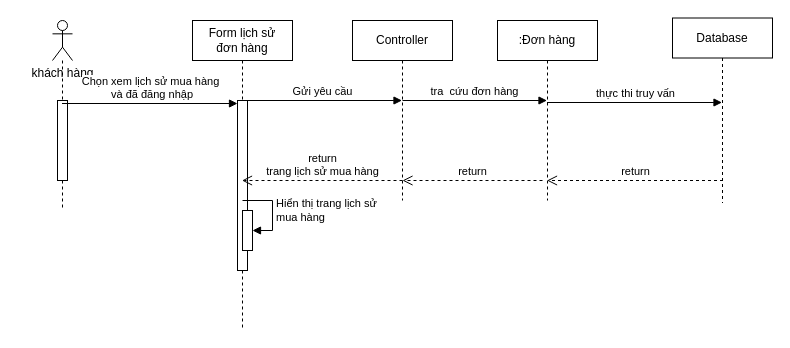
Before: User/Sequence/lichsumuahang.drawio in dmn-05/PTTK-HTTT, a draw.io diagram. Source tidied: cells renumbered, new cells numbered last; positions are measured from the earlier drawing's top-left corner, leaving out a move shared by most shapes. Both pictures are drawn from the tidied source at 100%, with x=0, y=0 at pixel (17, 18).
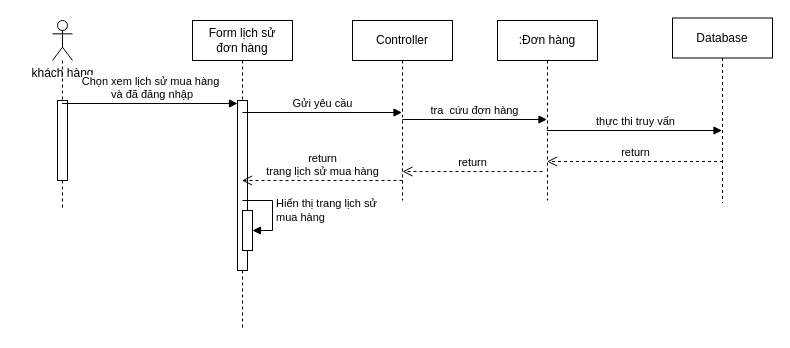
Above is the later version.

The change refers to these unchanged cells:
```xml
<mxCell id="4" value="Controller" style="shape=umlLifeline;perimeter=lifelinePerimeter;whiteSpace=wrap;html=1;outlineConnect=0;portConstraint=eastwest;newEdgeStyle={&quot;curved&quot;:0,&quot;rounded&quot;:0};" parent="1" vertex="1">
  <mxGeometry x="335" y="2" width="100" height="180" as="geometry" />
</mxCell>
<mxCell id="9" value="Database" style="shape=umlLifeline;perimeter=lifelinePerimeter;whiteSpace=wrap;html=1;outlineConnect=0;portConstraint=eastwest;newEdgeStyle={&quot;curved&quot;:0,&quot;rounded&quot;:0};" parent="1" vertex="1">
  <mxGeometry x="655" y="-0.5" width="100" height="185" as="geometry" />
</mxCell>
<mxCell id="11" value=":Đơn hàng" style="shape=umlLifeline;perimeter=lifelinePerimeter;whiteSpace=wrap;html=1;outlineConnect=0;portConstraint=eastwest;newEdgeStyle={&quot;curved&quot;:0,&quot;rounded&quot;:0};" parent="1" vertex="1">
  <mxGeometry x="480" y="2" width="100" height="180" as="geometry" />
</mxCell>
```

The edit, as a diff of the source:
```diff
@@
-    <mxCell id="13" value="Gửi yêu cầu" style="html=1;verticalAlign=bottom;endArrow=block;curved=0;rounded=0;" parent="1" edge="1" target="4">
+    <mxCell id="13" value="Gửi yêu cầu" style="html=1;verticalAlign=bottom;endArrow=block;curved=0;rounded=0;" parent="1" edge="1">
       <mxGeometry relative="1" as="geometry">
-        <mxPoint x="225" y="82" as="sourcePoint" />
+        <mxPoint x="225" y="94" as="sourcePoint" />
+        <mxPoint x="384.5" y="94" as="targetPoint" />
       </mxGeometry>
     </mxCell>
-    <mxCell id="14" value="tra&amp;nbsp; cứu đơn hàng" style="html=1;verticalAlign=bottom;endArrow=block;curved=0;rounded=0;" parent="1" edge="1" target="11">
+    <mxCell id="14" value="tra&amp;nbsp; cứu đơn hàng" style="html=1;verticalAlign=bottom;endArrow=block;curved=0;rounded=0;" parent="1" edge="1">
       <mxGeometry relative="1" as="geometry">
-        <mxPoint x="385" y="82" as="sourcePoint" />
+        <mxPoint x="385" y="101" as="sourcePoint" />
+        <mxPoint x="529.5" y="101" as="targetPoint" />
       </mxGeometry>
     </mxCell>
-    <mxCell id="15" value="thực thi truy vấn" style="html=1;verticalAlign=bottom;endArrow=block;curved=0;rounded=0;" parent="1" edge="1" target="9">
+    <mxCell id="15" value="thực thi truy vấn" style="html=1;verticalAlign=bottom;endArrow=block;curved=0;rounded=0;" parent="1" edge="1">
       <mxGeometry relative="1" as="geometry">
-        <mxPoint x="529.5" y="84" as="sourcePoint" />
+        <mxPoint x="529.5" y="112" as="sourcePoint" />
+        <mxPoint x="704.5" y="112" as="targetPoint" />
       </mxGeometry>
     </mxCell>
-    <mxCell id="16" value="return" style="html=1;verticalAlign=bottom;endArrow=open;dashed=1;endSize=8;curved=0;rounded=0;" parent="1" edge="1" target="11">
+    <mxCell id="16" value="return" style="html=1;verticalAlign=bottom;endArrow=open;dashed=1;endSize=8;curved=0;rounded=0;" parent="1" edge="1">
       <mxGeometry relative="1" as="geometry">
-        <mxPoint x="705.5" y="162" as="sourcePoint" />
+        <mxPoint x="705.5" y="143" as="sourcePoint" />
+        <mxPoint x="529.5" y="143" as="targetPoint" />
       </mxGeometry>
     </mxCell>
     <mxCell id="17" value="return" style="html=1;verticalAlign=bottom;endArrow=open;dashed=1;endSize=8;curved=0;rounded=0;" parent="1" edge="1">
       <mxGeometry relative="1" as="geometry">
-        <mxPoint x="525" y="162" as="sourcePoint" />
-        <mxPoint x="385" y="162" as="targetPoint" />
+        <mxPoint x="525" y="153" as="sourcePoint" />
+        <mxPoint x="385" y="153" as="targetPoint" />
       </mxGeometry>
     </mxCell>
```
